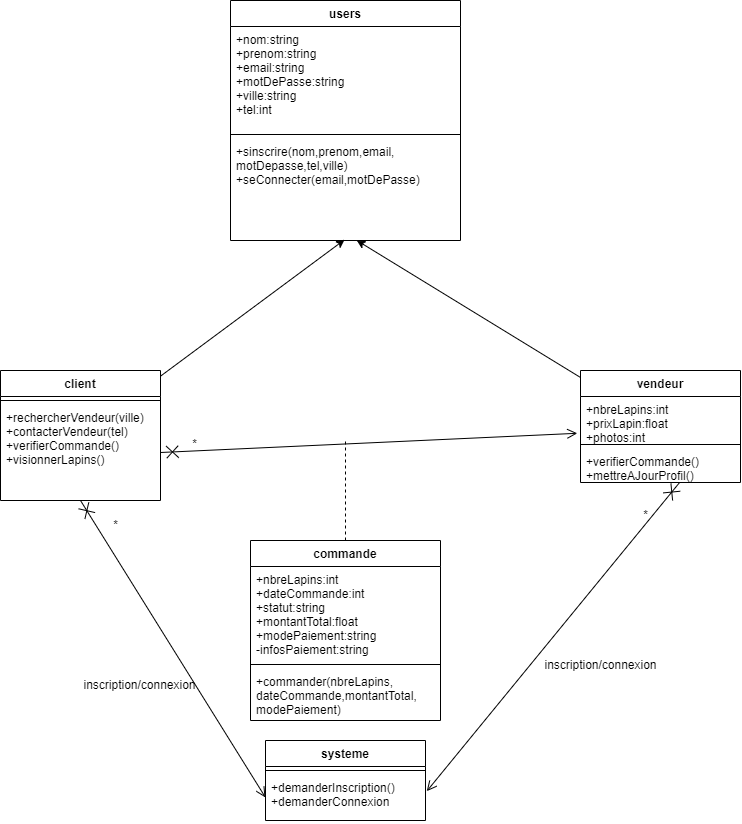
Earlier version of the draw.io export Mon_Projet.drawio.png (bonaparteAdjalla/projet_genie_logiciel). Source tidied: cells renumbered, new cells last; positions are measured from the earlier drawing's top-left corner, leaving out a move shared by most shapes.
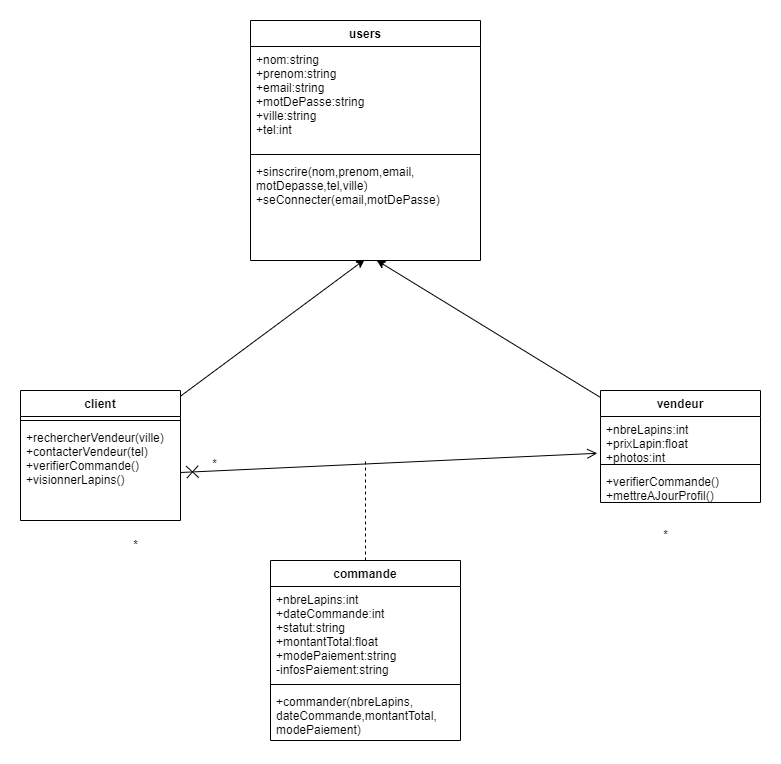
The same file after the commit.

What changed in the source:
```diff
@@ -58,24 +58,9 @@
     <mxCell id="19" value="+commander(nbreLapins,&#10;dateCommande,montantTotal,&#10;modePaiement)" style="text;strokeColor=none;fillColor=none;align=left;verticalAlign=top;spacingLeft=4;spacingRight=4;overflow=hidden;" parent="16" vertex="1">
       <mxGeometry y="128" width="190" height="52" as="geometry" />
     </mxCell>
-    <mxCell id="20" value="systeme" style="swimlane;fontStyle=1;align=center;verticalAlign=top;horizontal=1;startSize=26;" parent="1" vertex="1">
-      <mxGeometry x="265" y="740" width="160" height="80" as="geometry" />
-    </mxCell>
-    <mxCell id="21" style="line;strokeWidth=1;fillColor=none;align=left;verticalAlign=middle;spacingTop=-1;spacingLeft=3;spacingRight=3;labelPosition=right;strokeColor=inherit;" parent="20" vertex="1">
-      <mxGeometry y="26" width="160" height="8" as="geometry" />
-    </mxCell>
-    <mxCell id="22" value="+demanderInscription()&#10;+demanderConnexion" style="text;strokeColor=none;fillColor=none;align=left;verticalAlign=top;spacingLeft=4;spacingRight=4;overflow=hidden;points=[[0,0.5],[1,0.5]];portConstraint=eastwest;" parent="20" vertex="1">
-      <mxGeometry y="34" width="160" height="46" as="geometry" />
-    </mxCell>
     <mxCell id="23" style="endArrow=open;startArrow=cross;endFill=0;startFill=0;endSize=8;startSize=10;html=1;rounded=0;entryX=-0.02;entryY=0.836;entryDx=0;entryDy=0;entryPerimeter=0;exitX=1;exitY=0.5;exitDx=0;exitDy=0;" parent="1" edge="1" source="9" target="12">
       <mxGeometry relative="1" as="geometry" />
     </mxCell>
-    <mxCell id="24" style="endArrow=open;startArrow=cross;endFill=0;startFill=0;endSize=8;startSize=10;html=1;rounded=0;exitX=0.5;exitY=1;exitDx=0;exitDy=0;exitPerimeter=0;entryX=0;entryY=0.5;entryDx=0;entryDy=0;" parent="1" edge="1" source="9" target="22">
-      <mxGeometry relative="1" as="geometry" />
-    </mxCell>
-    <mxCell id="25" style="endArrow=open;startArrow=cross;endFill=0;startFill=0;endSize=8;startSize=10;html=1;rounded=0;exitX=0.618;exitY=1.008;exitDx=0;exitDy=0;exitPerimeter=0;entryX=1.008;entryY=0.363;entryDx=0;entryDy=0;entryPerimeter=0;" parent="1" edge="1" source="14" target="22">
-      <mxGeometry relative="1" as="geometry" />
-    </mxCell>
     <mxCell id="26" value="*" style="text;html=1;align=center;verticalAlign=middle;strokeColor=none;fillColor=none;" parent="1" vertex="1">
       <mxGeometry x="179" y="429" width="30" height="30" as="geometry" />
     </mxCell>
@@ -85,11 +70,5 @@
     <mxCell id="28" value="*" style="text;html=1;align=center;verticalAlign=middle;strokeColor=none;fillColor=none;" parent="1" vertex="1">
       <mxGeometry x="630" y="500" width="30" height="30" as="geometry" />
     </mxCell>
-    <mxCell id="29" value="inscription/connexion" style="text;html=1;align=center;verticalAlign=middle;strokeColor=none;fillColor=none;" parent="1" vertex="1">
-      <mxGeometry x="69" y="670" width="140" height="30" as="geometry" />
-    </mxCell>
-    <mxCell id="30" value="inscription/connexion" style="text;html=1;align=center;verticalAlign=middle;strokeColor=none;fillColor=none;" parent="1" vertex="1">
-      <mxGeometry x="530" y="650" width="140" height="30" as="geometry" />
-    </mxCell>
   </root>
 </mxGraphModel>
```
